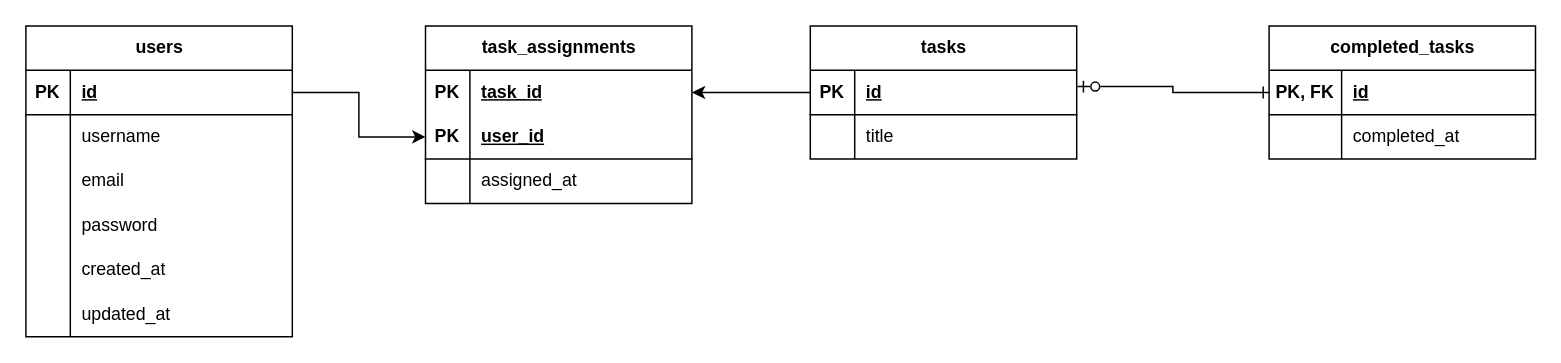
Above: diagrams/er.drawio in t0k0sh1/amagi-todo (draw.io), before the change. Source tidied: cells renumbered, new cells numbered last; positions are measured from the earlier drawing's top-left corner, leaving out a move shared by most shapes. Both pictures are drawn from the tidied source at 148%, with x=0, y=0 at pixel (25, 25).
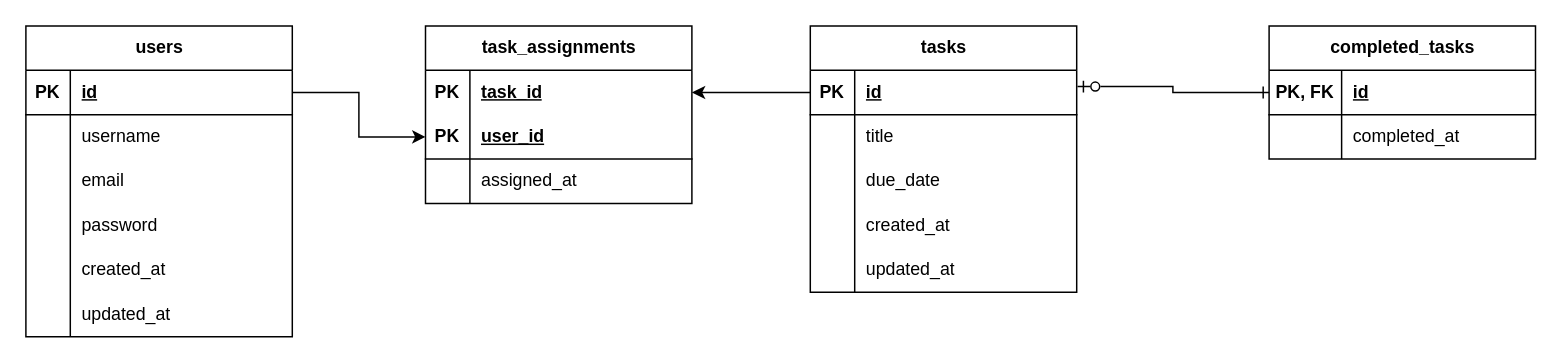
The same page after the edit.

Commit message:
add due_date, created_at, updated_at to tasks

What changed in the source:
```diff
@@
     <mxCell id="3" value="tasks" style="shape=table;startSize=30;childLayout=tableLayout;rowLines=0;fontStyle=1;align=center;html=1;" parent="1" vertex="1">
-      <mxGeometry x="530" width="180" height="90" as="geometry" />
+      <mxGeometry x="530" width="180" height="180" as="geometry" />
     </mxCell>
@@
+    <mxCell id="48" style="shape=tableRow;horizontal=0;startSize=0;swimlaneHead=0;swimlaneBody=0;fillColor=none;top=0;left=0;right=0;bottom=0;" parent="3" vertex="1">
+      <mxGeometry y="90" width="180" height="30" as="geometry" />
+    </mxCell>
+    <mxCell id="49" style="shape=partialRectangle;fillColor=none;top=0;left=0;bottom=0;right=0;overflow=hidden;whiteSpace=wrap;html=1;" parent="48" vertex="1">
+      <mxGeometry width="30" height="30" as="geometry" />
+    </mxCell>
+    <mxCell id="50" value="due_date" style="shape=partialRectangle;fillColor=none;top=0;left=0;bottom=0;right=0;align=left;spacingLeft=6;overflow=hidden;whiteSpace=wrap;html=1;" parent="48" vertex="1">
+      <mxGeometry x="30" width="150" height="30" as="geometry" />
+    </mxCell>
+    <mxCell id="51" style="shape=tableRow;horizontal=0;startSize=0;swimlaneHead=0;swimlaneBody=0;fillColor=none;top=0;left=0;right=0;bottom=0;" parent="3" vertex="1">
+      <mxGeometry y="120" width="180" height="30" as="geometry" />
+    </mxCell>
+    <mxCell id="52" style="shape=partialRectangle;fillColor=none;top=0;left=0;bottom=0;right=0;overflow=hidden;whiteSpace=wrap;html=1;" parent="51" vertex="1">
+      <mxGeometry width="30" height="30" as="geometry" />
+    </mxCell>
+    <mxCell id="53" value="created_at" style="shape=partialRectangle;fillColor=none;top=0;left=0;bottom=0;right=0;align=left;spacingLeft=6;overflow=hidden;whiteSpace=wrap;html=1;" parent="51" vertex="1">
+      <mxGeometry x="30" width="150" height="30" as="geometry" />
+    </mxCell>
+    <mxCell id="54" style="shape=tableRow;horizontal=0;startSize=0;swimlaneHead=0;swimlaneBody=0;fillColor=none;top=0;left=0;right=0;bottom=0;" parent="3" vertex="1">
+      <mxGeometry y="150" width="180" height="30" as="geometry" />
+    </mxCell>
+    <mxCell id="55" style="shape=partialRectangle;fillColor=none;top=0;left=0;bottom=0;right=0;overflow=hidden;whiteSpace=wrap;html=1;" parent="54" vertex="1">
+      <mxGeometry width="30" height="30" as="geometry" />
+    </mxCell>
+    <mxCell id="56" value="updated_at" style="shape=partialRectangle;fillColor=none;top=0;left=0;bottom=0;right=0;align=left;spacingLeft=6;overflow=hidden;whiteSpace=wrap;html=1;" parent="54" vertex="1">
+      <mxGeometry x="30" width="150" height="30" as="geometry" />
+    </mxCell>
```
